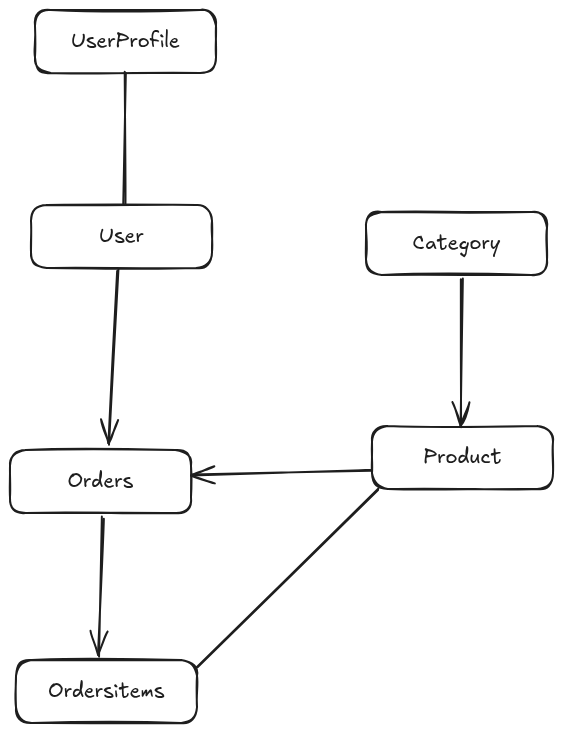
Before: TEcommerceWebApi/db-schema.excalidraw.png, a diagram exported from Excalidraw (MDalamin5/The-Ultimate-C_Sharp-Learning-Lab-TestLine). Source tidied: one line per element, renumbered; positions are measured from the earlier drawing's top-left corner, leaving out a move shared by most shapes.
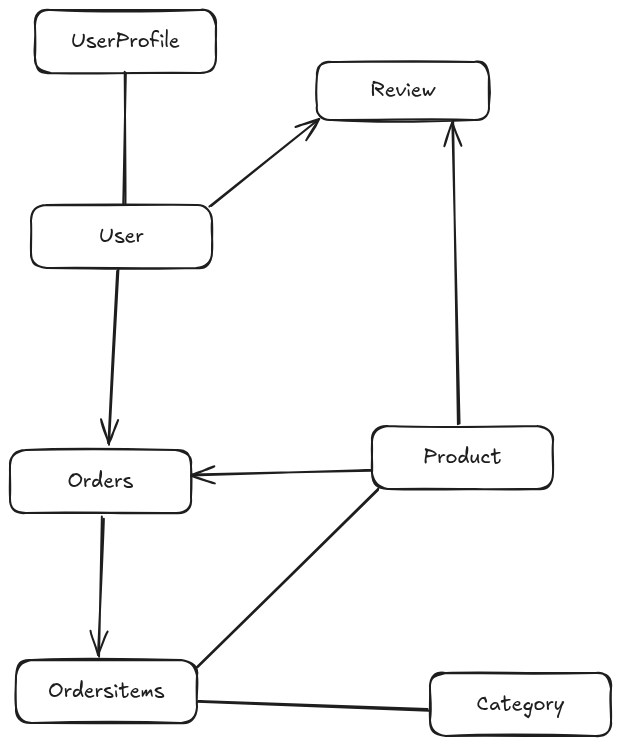
After the change.

Commit message:
db table fixing as the design

Change to the diagram source:
```diff
@@ -2,8 +2,8 @@
 {"id": 1, "type": "text", "text": "UserProfile", "strokeColor": "#1e1e1e", "strokeWidth": 2, "roughness": 1, "fontSize": 20, "fontFamily": 5, "textAlign": "center", "verticalAlign": "middle", "inside": 0, "x": 61, "y": 19, "width": 109, "height": 25}
 {"id": 2, "type": "rectangle", "strokeColor": "#1e1e1e", "strokeWidth": 2, "roughness": 1, "round": true, "x": 21, "y": 195, "width": 181, "height": 63}
 {"id": 3, "type": "text", "text": "User", "strokeColor": "#1e1e1e", "strokeWidth": 2, "roughness": 1, "fontSize": 20, "fontFamily": 5, "textAlign": "center", "verticalAlign": "middle", "inside": 2, "x": 89, "y": 214, "width": 44, "height": 25}
-{"id": 4, "type": "rectangle", "strokeColor": "#1e1e1e", "strokeWidth": 2, "roughness": 1, "round": true, "x": 356, "y": 202, "width": 181, "height": 63}
+{"id": 4, "type": "rectangle", "strokeColor": "#1e1e1e", "strokeWidth": 2, "roughness": 1, "round": true, "x": 420, "y": 663, "width": 181, "height": 63}
-{"id": 5, "type": "text", "text": "Category", "strokeColor": "#1e1e1e", "strokeWidth": 2, "roughness": 1, "fontSize": 20, "fontFamily": 5, "textAlign": "center", "verticalAlign": "middle", "inside": 4, "x": 403, "y": 221, "width": 88, "height": 25}
+{"id": 5, "type": "text", "text": "Category", "strokeColor": "#1e1e1e", "strokeWidth": 2, "roughness": 1, "fontSize": 20, "fontFamily": 5, "textAlign": "center", "verticalAlign": "middle", "inside": 4, "x": 467, "y": 682, "width": 88, "height": 25}
 {"id": 6, "type": "rectangle", "strokeColor": "#1e1e1e", "strokeWidth": 2, "roughness": 1, "round": true, "x": 362, "y": 416, "width": 181, "height": 63}
 {"id": 7, "type": "text", "text": "Product", "strokeColor": "#1e1e1e", "strokeWidth": 2, "roughness": 1, "fontSize": 20, "fontFamily": 5, "textAlign": "center", "verticalAlign": "middle", "inside": 6, "x": 413, "y": 435, "width": 78, "height": 25}
 {"id": 8, "type": "rectangle", "strokeColor": "#1e1e1e", "strokeWidth": 2, "roughness": 1, "round": true, "x": 0, "y": 440, "width": 181, "height": 63}
@@ -11,8 +11,12 @@
 {"id": 10, "type": "rectangle", "strokeColor": "#1e1e1e", "strokeWidth": 2, "roughness": 1, "round": true, "x": 6, "y": 650, "width": 181, "height": 63}
 {"id": 11, "type": "text", "text": "Ordersitems", "strokeColor": "#1e1e1e", "strokeWidth": 2, "roughness": 1, "fontSize": 20, "fontFamily": 5, "textAlign": "center", "verticalAlign": "middle", "inside": 10, "x": 38, "y": 669, "width": 116, "height": 25}
 {"id": 12, "type": "line", "strokeColor": "#1e1e1e", "strokeWidth": 2, "roughness": 1, "round": true, "x": 115, "y": 64, "width": 1, "height": 131, "points": [[0, 0], [-1, 131]]}
-{"id": 13, "type": "arrow", "strokeColor": "#1e1e1e", "strokeWidth": 2, "roughness": 1, "endArrowhead": "arrow", "round": true, "from": 4, "to": 6, "x": 451, "y": 268, "width": 1, "height": 148, "points": [[0, 0], [-1, 148]]}
 {"id": 14, "type": "arrow", "strokeColor": "#1e1e1e", "strokeWidth": 2, "roughness": 1, "endArrowhead": "arrow", "round": true, "from": 6, "to": 8, "x": 361, "y": 460, "width": 180, "height": 5, "points": [[0, 0], [-180, 5]]}
 {"id": 15, "type": "arrow", "strokeColor": "#1e1e1e", "strokeWidth": 2, "roughness": 1, "endArrowhead": "arrow", "round": true, "from": 8, "to": 10, "x": 92, "y": 507, "width": 3, "height": 139, "points": [[0, 0], [-3, 139]]}
 {"id": 16, "type": "line", "strokeColor": "#1e1e1e", "strokeWidth": 2, "roughness": 1, "round": true, "x": 187, "y": 657, "width": 180, "height": 179, "points": [[0, 0], [180, -179]]}
 {"id": 17, "type": "arrow", "strokeColor": "#1e1e1e", "strokeWidth": 2, "roughness": 1, "endArrowhead": "arrow", "round": true, "from": 2, "to": 8, "x": 108, "y": 260, "width": 10, "height": 174, "points": [[0, 0], [-10, 174]]}
+{"id": 18, "type": "rectangle", "strokeColor": "#1e1e1e", "strokeWidth": 2, "roughness": 1, "round": true, "x": 307, "y": 52, "width": 172, "height": 58}
+{"id": 19, "type": "text", "text": "Review", "strokeColor": "#1e1e1e", "strokeWidth": 2, "roughness": 1, "fontSize": 20, "fontFamily": 5, "textAlign": "center", "verticalAlign": "middle", "inside": 18, "x": 360, "y": 68, "width": 65, "height": 25}
+{"id": 20, "type": "arrow", "strokeColor": "#1e1e1e", "strokeWidth": 2, "roughness": 1, "endArrowhead": "arrow", "round": true, "from": 2, "to": 18, "x": 200, "y": 196, "width": 108, "height": 86, "points": [[0, 0], [108, -86]]}
+{"id": 21, "type": "arrow", "strokeColor": "#1e1e1e", "strokeWidth": 2, "roughness": 1, "endArrowhead": "arrow", "round": true, "from": 6, "to": 18, "x": 449, "y": 414, "width": 6, "height": 302, "points": [[0, 0], [-6, -302]]}
+{"id": 22, "type": "line", "strokeColor": "#1e1e1e", "strokeWidth": 2, "roughness": 1, "round": true, "x": 188, "y": 691, "width": 231, "height": 9, "points": [[0, 0], [231, 9]]}
```
